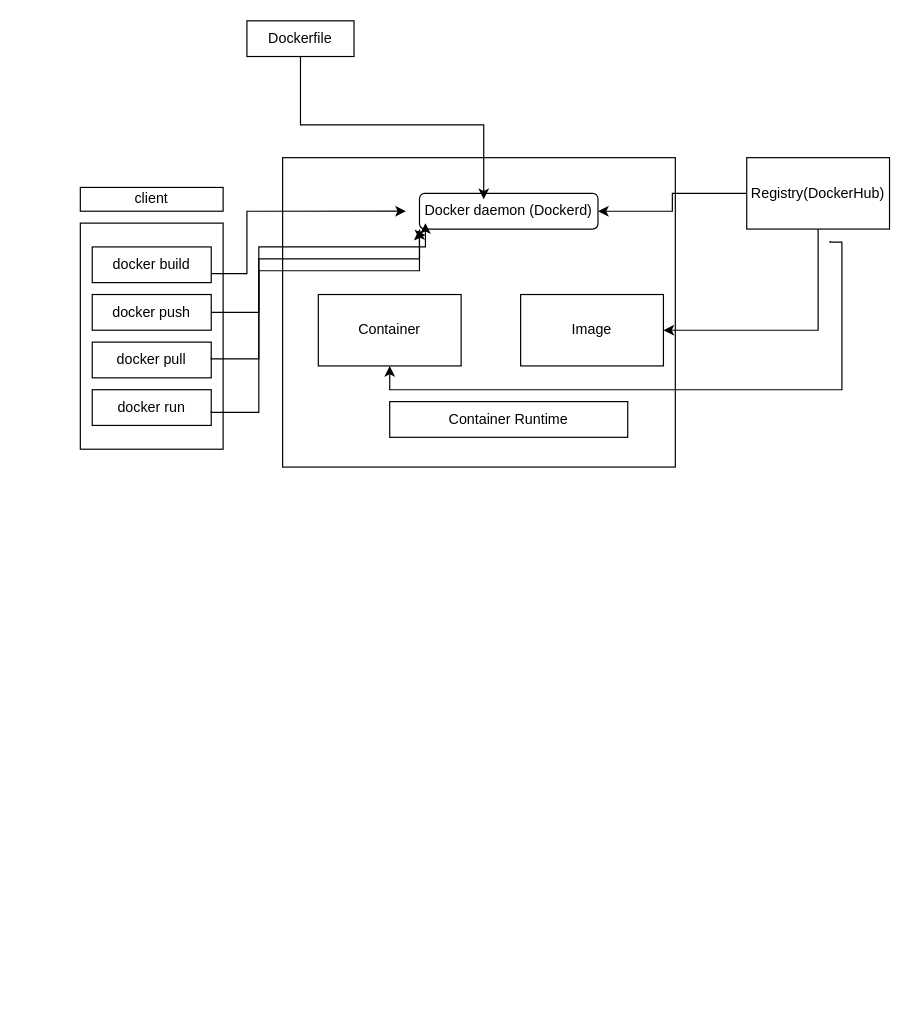
Before: Untitled Diagram.drawio in pk98723/K8s, a draw.io diagram. Source tidied: cells renumbered, new cells numbered last; positions are measured from the earlier drawing's top-left corner, leaving out a move shared by most shapes. Both pictures are drawn from the tidied source at 119%, with x=0, y=0 at pixel (80, 20).
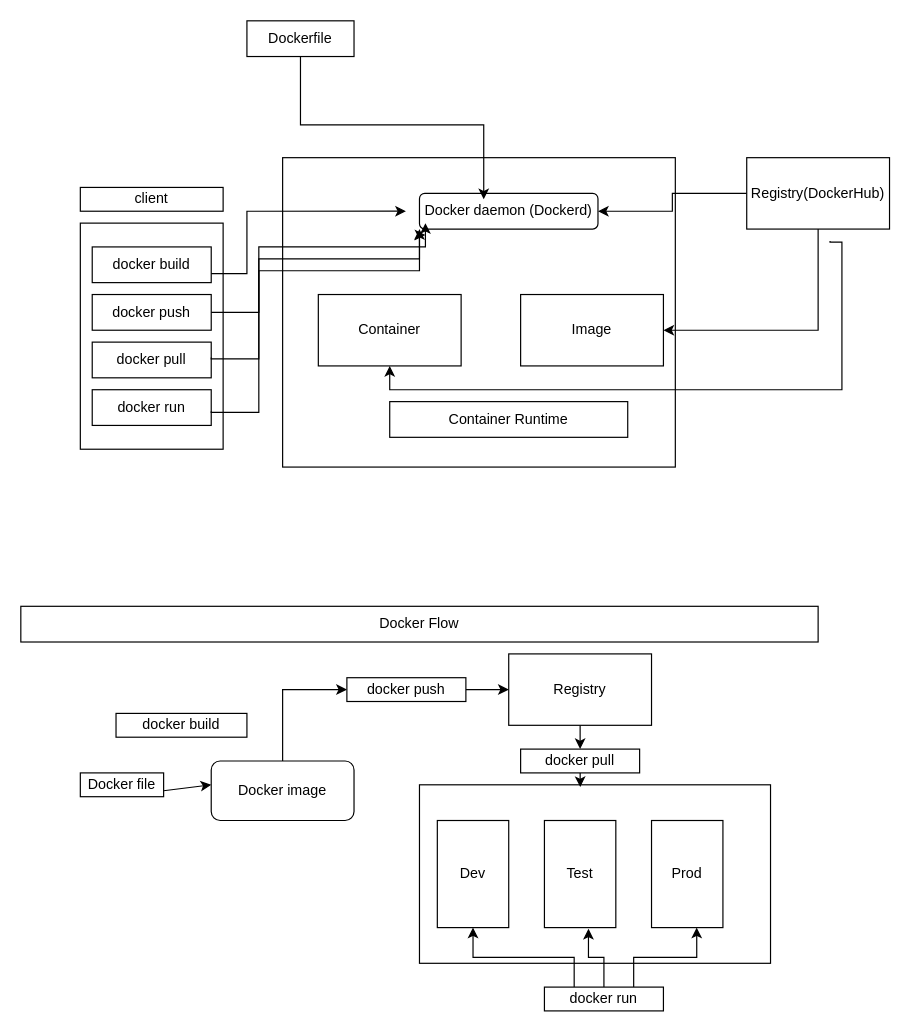
The same page after the edit.

Commit message:
Docker Flow

What changed in the source:
```diff
@@
+    <mxCell id="23" value="Docker file" style="rounded=0;whiteSpace=wrap;html=1;" parent="1" vertex="1">
+      <mxGeometry y="632" width="70" height="20" as="geometry" />
+    </mxCell>
+    <mxCell id="24" style="edgeStyle=orthogonalEdgeStyle;rounded=0;jettySize=auto;html=1;entryX=0;entryY=0.5;entryDx=0;entryDy=0;" parent="1" edge="1" source="25" target="37">
+      <mxGeometry relative="1" as="geometry" />
+    </mxCell>
+    <mxCell id="25" value="Docker image" style="rounded=1;whiteSpace=wrap;html=1;" parent="1" vertex="1">
+      <mxGeometry x="110" y="622" width="120" height="50" as="geometry" />
+    </mxCell>
+    <mxCell id="26" style="endArrow=classic;html=1;rounded=0;exitX=1;exitY=0.75;exitDx=0;exitDy=0;" parent="1" edge="1" source="23">
+      <mxGeometry relative="1" as="geometry">
+        <mxPoint x="110" y="642" as="targetPoint" />
+      </mxGeometry>
+    </mxCell>
+    <mxCell id="27" value="docker build" style="rounded=0;whiteSpace=wrap;html=1;" parent="1" vertex="1">
+      <mxGeometry x="30" y="582" width="110" height="20" as="geometry" />
+    </mxCell>
+    <mxCell id="28" style="edgeStyle=orthogonalEdgeStyle;rounded=0;jettySize=auto;html=1;exitX=0.5;exitY=1;exitDx=0;exitDy=0;entryX=0.5;entryY=0;entryDx=0;entryDy=0;" parent="1" edge="1" source="29" target="38">
+      <mxGeometry relative="1" as="geometry" />
+    </mxCell>
+    <mxCell id="29" value="Registry" style="rounded=0;whiteSpace=wrap;html=1;" parent="1" vertex="1">
+      <mxGeometry x="360" y="532" width="120" height="60" as="geometry" />
+    </mxCell>
+    <mxCell id="30" style="rounded=0;whiteSpace=wrap;html=1;" parent="1" vertex="1">
+      <mxGeometry x="285" y="642" width="295" height="150" as="geometry" />
+    </mxCell>
+    <mxCell id="31" value="Dev" style="rounded=0;whiteSpace=wrap;html=1;" parent="1" vertex="1">
+      <mxGeometry x="300" y="672" width="60" height="90" as="geometry" />
+    </mxCell>
+    <mxCell id="32" value="Test" style="rounded=0;whiteSpace=wrap;html=1;" parent="1" vertex="1">
+      <mxGeometry x="390" y="672" width="60" height="90" as="geometry" />
+    </mxCell>
+    <mxCell id="33" value="Prod" style="rounded=0;whiteSpace=wrap;html=1;" parent="1" vertex="1">
+      <mxGeometry x="480" y="672" width="60" height="90" as="geometry" />
+    </mxCell>
+    <mxCell id="34" style="edgeStyle=orthogonalEdgeStyle;rounded=0;jettySize=auto;html=1;exitX=0.25;exitY=0;exitDx=0;exitDy=0;entryX=0.5;entryY=1;entryDx=0;entryDy=0;" parent="1" edge="1" source="35" target="31">
+      <mxGeometry relative="1" as="geometry" />
+    </mxCell>
+    <mxCell id="35" value="docker run" style="rounded=0;whiteSpace=wrap;html=1;" parent="1" vertex="1">
+      <mxGeometry x="390" y="812" width="100" height="20" as="geometry" />
+    </mxCell>
+    <mxCell id="36" style="edgeStyle=orthogonalEdgeStyle;rounded=0;jettySize=auto;html=1;entryX=0;entryY=0.5;entryDx=0;entryDy=0;" parent="1" edge="1" source="37" target="29">
+      <mxGeometry relative="1" as="geometry" />
+    </mxCell>
+    <mxCell id="37" value="docker push" style="rounded=0;whiteSpace=wrap;html=1;" parent="1" vertex="1">
+      <mxGeometry x="224" y="552" width="100" height="20" as="geometry" />
+    </mxCell>
+    <mxCell id="38" value="docker pull" style="rounded=0;whiteSpace=wrap;html=1;" parent="1" vertex="1">
+      <mxGeometry x="370" y="612" width="100" height="20" as="geometry" />
+    </mxCell>
+    <mxCell id="39" style="edgeStyle=orthogonalEdgeStyle;rounded=0;jettySize=auto;html=1;exitX=0.5;exitY=1;exitDx=0;exitDy=0;entryX=0.458;entryY=0.013;entryDx=0;entryDy=0;entryPerimeter=0;" parent="1" edge="1" source="38" target="30">
+      <mxGeometry relative="1" as="geometry" />
+    </mxCell>
+    <mxCell id="40" style="edgeStyle=orthogonalEdgeStyle;rounded=0;jettySize=auto;html=1;exitX=0.5;exitY=0;exitDx=0;exitDy=0;entryX=0.617;entryY=1.011;entryDx=0;entryDy=0;entryPerimeter=0;" parent="1" edge="1" source="35" target="32">
+      <mxGeometry relative="1" as="geometry" />
+    </mxCell>
+    <mxCell id="41" style="edgeStyle=orthogonalEdgeStyle;rounded=0;jettySize=auto;html=1;exitX=0.75;exitY=0;exitDx=0;exitDy=0;entryX=0.633;entryY=1;entryDx=0;entryDy=0;entryPerimeter=0;" parent="1" edge="1" source="35" target="33">
+      <mxGeometry relative="1" as="geometry" />
+    </mxCell>
+    <mxCell id="42" value="Docker Flow" style="rounded=0;whiteSpace=wrap;html=1;" parent="1" vertex="1">
+      <mxGeometry x="-50" y="492" width="670" height="30" as="geometry" />
+    </mxCell>
```
